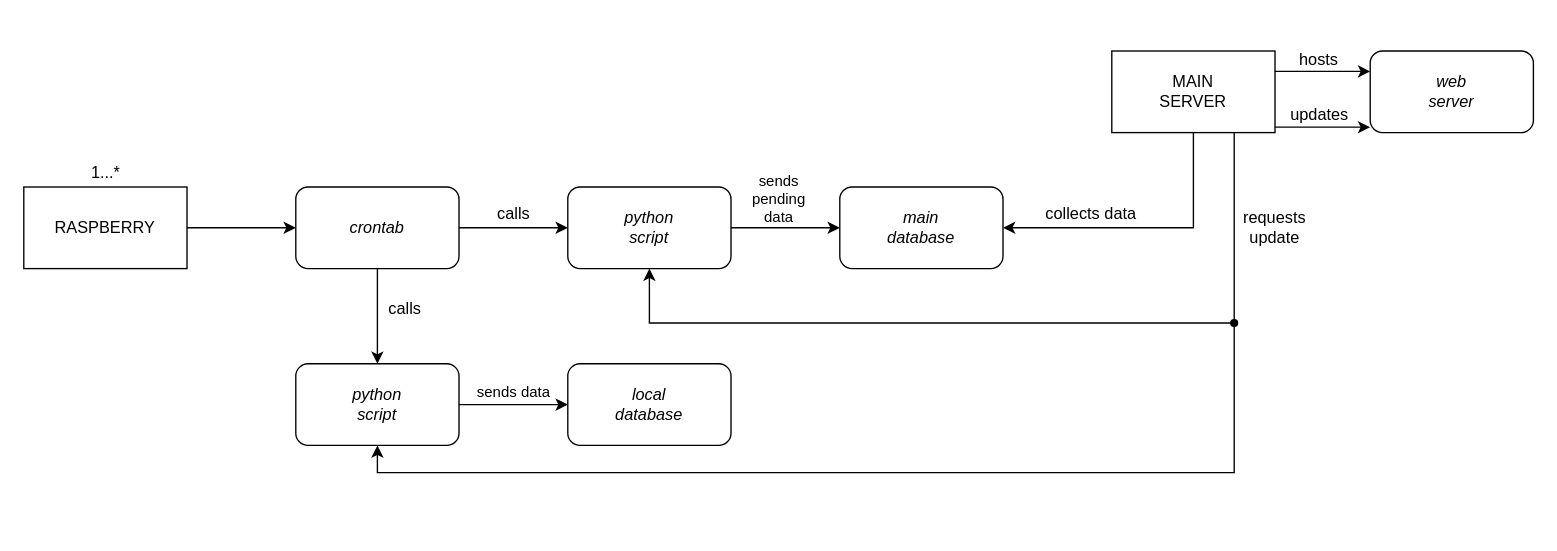
Above: workflow/workflow.drawio in pedro-carmine/network-monitoring-raspberry (draw.io), before the change. Source tidied: cells renumbered, new cells numbered last; positions are measured from the earlier drawing's top-left corner, leaving out a move shared by most shapes. Both pictures are drawn from the tidied source at 136%, with x=0, y=0 at pixel (23, 46).
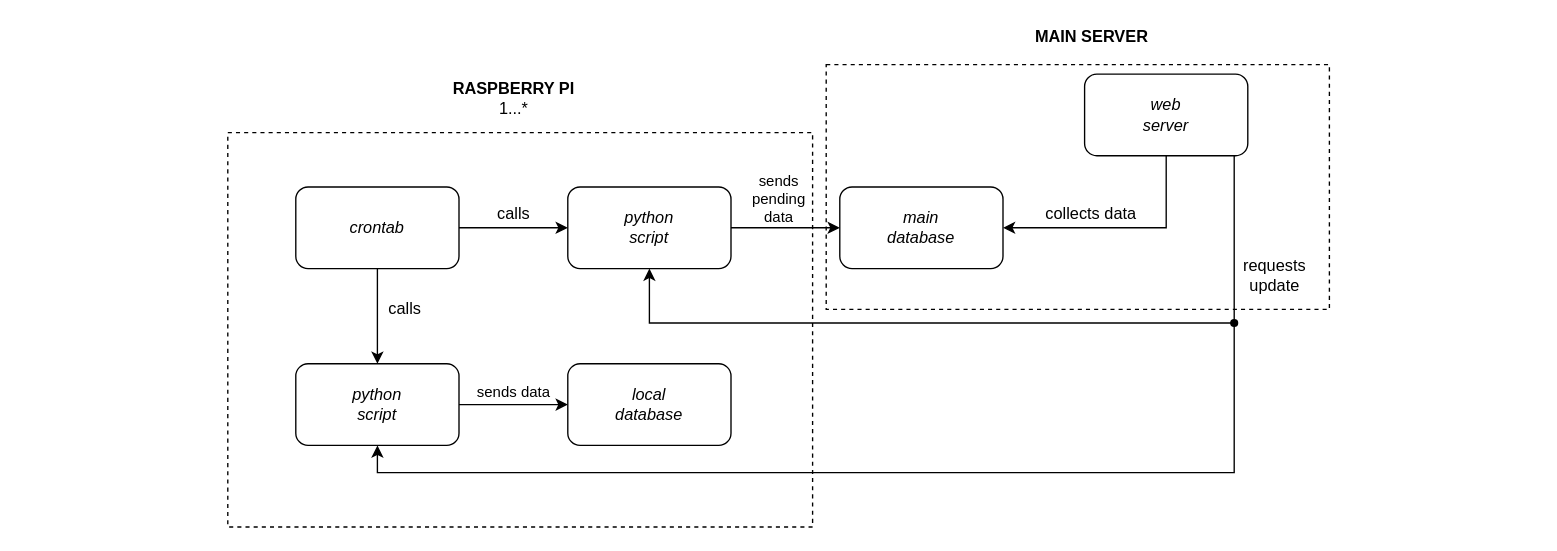
The same diagram, later.

Unchanged cells that the change refers to:
```xml
<mxCell id="6" value="crontab" style="rounded=1;whiteSpace=wrap;html=1;fontStyle=2;" parent="1" vertex="1">
  <mxGeometry x="200" y="103" width="120" height="60" as="geometry" />
</mxCell>
<mxCell id="9" value="python&lt;br&gt;script" style="rounded=1;whiteSpace=wrap;html=1;fontStyle=2;" parent="1" vertex="1">
  <mxGeometry x="200" y="233" width="120" height="60" as="geometry" />
</mxCell>
<mxCell id="15" value="main&lt;br&gt;database" style="rounded=1;whiteSpace=wrap;html=1;fontStyle=2;" parent="1" vertex="1">
  <mxGeometry x="600" y="103" width="120" height="60" as="geometry" />
</mxCell>
```

The edit, as a diff of the source:
```diff
@@
-    <mxCell id="2" style="edgeStyle=orthogonalEdgeStyle;rounded=0;jettySize=auto;html=1;exitX=1;exitY=0.5;exitDx=0;exitDy=0;entryX=0;entryY=0.5;entryDx=0;entryDy=0;" parent="1" edge="1" source="3" target="6">
-      <mxGeometry relative="1" as="geometry" />
-    </mxCell>
-    <mxCell id="3" value="RASPBERRY" style="rounded=0;whiteSpace=wrap;html=1;" parent="1" vertex="1">
-      <mxGeometry y="103" width="120" height="60" as="geometry" />
-    </mxCell>
@@
-    <mxCell id="17" style="edgeStyle=orthogonalEdgeStyle;rounded=0;jettySize=auto;html=1;exitX=0.5;exitY=1;exitDx=0;exitDy=0;entryX=1;entryY=0.5;entryDx=0;entryDy=0;" parent="1" edge="1" source="21" target="15">
-      <mxGeometry relative="1" as="geometry" />
-    </mxCell>
-    <mxCell id="18" style="edgeStyle=orthogonalEdgeStyle;rounded=0;orthogonalLoop=1;jettySize=auto;html=1;exitX=1;exitY=0.5;exitDx=0;exitDy=0;entryX=0;entryY=0.5;entryDx=0;entryDy=0;" parent="1" edge="1">
-      <mxGeometry relative="1" as="geometry">
-        <mxPoint x="920" y="59" as="sourcePoint" />
-        <mxPoint x="990" y="59" as="targetPoint" />
-      </mxGeometry>
-    </mxCell>
-    <mxCell id="19" style="edgeStyle=orthogonalEdgeStyle;rounded=0;jettySize=auto;html=1;exitX=0.75;exitY=1;exitDx=0;exitDy=0;entryX=0.5;entryY=1;entryDx=0;entryDy=0;" parent="1" edge="1" source="21" target="9">
+    <mxCell id="19" style="edgeStyle=orthogonalEdgeStyle;rounded=0;jettySize=auto;html=1;exitX=0.75;exitY=1;exitDx=0;exitDy=0;entryX=0.5;entryY=1;entryDx=0;entryDy=0;" parent="1" edge="1" target="9">
       <mxGeometry relative="1" as="geometry">
+        <mxPoint x="890" y="63" as="sourcePoint" />
         <Array as="points">
           <mxPoint x="890" y="313" />
           <mxPoint x="260" y="313" />
         </Array>
       </mxGeometry>
     </mxCell>
-    <mxCell id="20" style="edgeStyle=orthogonalEdgeStyle;rounded=0;jettySize=auto;html=1;exitX=1;exitY=0.25;exitDx=0;exitDy=0;entryX=0;entryY=0.25;entryDx=0;entryDy=0;" parent="1" edge="1" source="21" target="23">
-      <mxGeometry relative="1" as="geometry" />
-    </mxCell>
-    <mxCell id="21" value="MAIN&lt;br&gt;SERVER" style="rounded=0;whiteSpace=wrap;html=1;" parent="1" vertex="1">
-      <mxGeometry x="800" y="3" width="120" height="60" as="geometry" />
-    </mxCell>
@@
+    <mxCell id="30" style="edgeStyle=orthogonalEdgeStyle;rounded=0;jettySize=auto;html=1;exitX=0.5;exitY=1;exitDx=0;exitDy=0;entryX=1;entryY=0.5;entryDx=0;entryDy=0;" parent="1" edge="1" source="23" target="15">
+      <mxGeometry relative="1" as="geometry" />
+    </mxCell>
     <mxCell id="23" value="&lt;i&gt;web&lt;br&gt;server&lt;br&gt;&lt;/i&gt;" style="rounded=1;whiteSpace=wrap;html=1;" parent="1" vertex="1">
-      <mxGeometry x="990" y="3" width="120" height="60" as="geometry" />
+      <mxGeometry x="780" y="20" width="120" height="60" as="geometry" />
     </mxCell>
-    <mxCell id="24" value="updates" style="text;html=1;strokeColor=none;fillColor=none;align=center;verticalAlign=middle;whiteSpace=wrap;rounded=0;" parent="1" vertex="1">
-      <mxGeometry x="923" y="35" width="60" height="30" as="geometry" />
-    </mxCell>
     <mxCell id="25" value="requests&lt;br&gt;update" style="text;html=1;strokeColor=none;fillColor=none;align=center;verticalAlign=middle;whiteSpace=wrap;rounded=0;" parent="1" vertex="1">
-      <mxGeometry x="890" y="118" width="60" height="30" as="geometry" />
+      <mxGeometry x="890" y="153" width="60" height="30" as="geometry" />
     </mxCell>
@@
-    <mxCell id="28" value="1...*" style="text;html=1;align=center;verticalAlign=middle;strokeColor=none;fillColor=none;" parent="1" vertex="1">
-      <mxGeometry x="40" y="83" width="40" height="20" as="geometry" />
-    </mxCell>
-    <mxCell id="29" value="hosts" style="text;html=1;align=center;verticalAlign=middle;strokeColor=none;fillColor=none;" parent="1" vertex="1">
-      <mxGeometry x="932" width="40" height="20" as="geometry" />
-    </mxCell>
+    <mxCell id="31" style="rounded=0;whiteSpace=wrap;html=1;fillColor=none;dashed=1;" parent="1" vertex="1">
+      <mxGeometry x="150" y="63" width="430" height="290" as="geometry" />
+    </mxCell>
+    <mxCell id="32" value="&lt;b&gt;RASPBERRY PI&lt;/b&gt;&lt;br&gt;1...*" style="text;html=1;align=center;verticalAlign=middle;strokeColor=none;fillColor=none;" parent="1" vertex="1">
+      <mxGeometry x="310" y="23" width="100" height="30" as="geometry" />
+    </mxCell>
+    <mxCell id="33" style="rounded=0;whiteSpace=wrap;html=1;fillColor=none;dashed=1;" parent="1" vertex="1">
+      <mxGeometry x="590" y="13" width="370" height="180" as="geometry" />
+    </mxCell>
+    <mxCell id="21" value="&lt;b&gt;MAIN SERVER&lt;/b&gt;" style="text;html=1;align=center;verticalAlign=middle;points=[];strokeColor=none;fillColor=none;" parent="1" vertex="1">
+      <mxGeometry x="735" y="-17" width="100" height="20" as="geometry" />
+    </mxCell>
```
